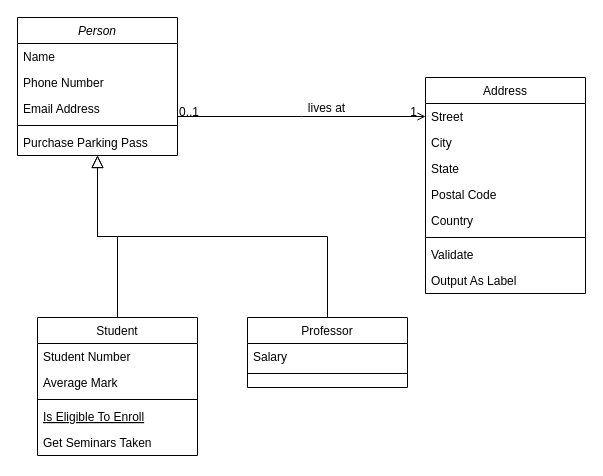
Before: sistema_vacunacion_facturacion.drawio in servinfcolombia/facturacion_vacunacion, a draw.io diagram. Source tidied: cells renumbered, new cells numbered last; positions are measured from the earlier drawing's top-left corner, leaving out a move shared by most shapes. Both pictures are drawn from the tidied source at 100%, with x=0, y=0 at pixel (17, 17).
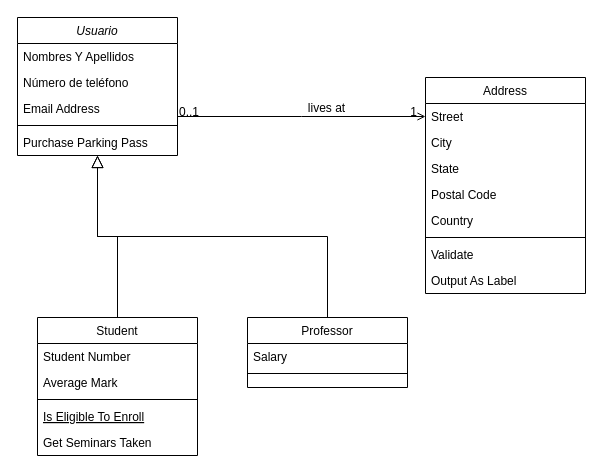
After the change.

What changed in the source:
```diff
@@
-    <mxCell id="2" value="Person" style="swimlane;fontStyle=2;align=center;verticalAlign=top;horizontal=1;startSize=26;rounded=0;shadow=0;strokeWidth=1;" parent="1" vertex="1">
+    <mxCell id="2" value="Usuario" style="swimlane;fontStyle=2;align=center;verticalAlign=top;horizontal=1;startSize=26;rounded=0;shadow=0;strokeWidth=1;" parent="1" vertex="1">
       <mxGeometry width="160" height="138" as="geometry" />
     </mxCell>
-    <mxCell id="3" value="Name" style="text;align=left;verticalAlign=top;spacingLeft=4;spacingRight=4;overflow=hidden;" parent="2" vertex="1">
+    <mxCell id="3" value="Nombres Y Apellidos" style="text;align=left;verticalAlign=top;spacingLeft=4;spacingRight=4;overflow=hidden;" parent="2" vertex="1">
       <mxGeometry y="26" width="160" height="26" as="geometry" />
     </mxCell>
-    <mxCell id="4" value="Phone Number" style="text;align=left;verticalAlign=top;spacingLeft=4;spacingRight=4;overflow=hidden;rounded=0;shadow=0;html=0;" parent="2" vertex="1">
+    <mxCell id="4" value="Número de teléfono" style="text;align=left;verticalAlign=top;spacingLeft=4;spacingRight=4;overflow=hidden;rounded=0;shadow=0;html=0;" parent="2" vertex="1">
       <mxGeometry y="52" width="160" height="26" as="geometry" />
     </mxCell>
```
